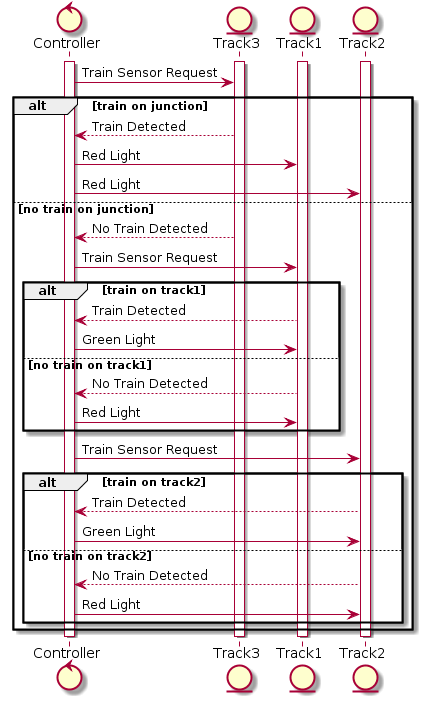
Before: use case3/sequenceDiagramUseCase3.png, a diagram exported from PlantUML (desmetr/MoSIS).
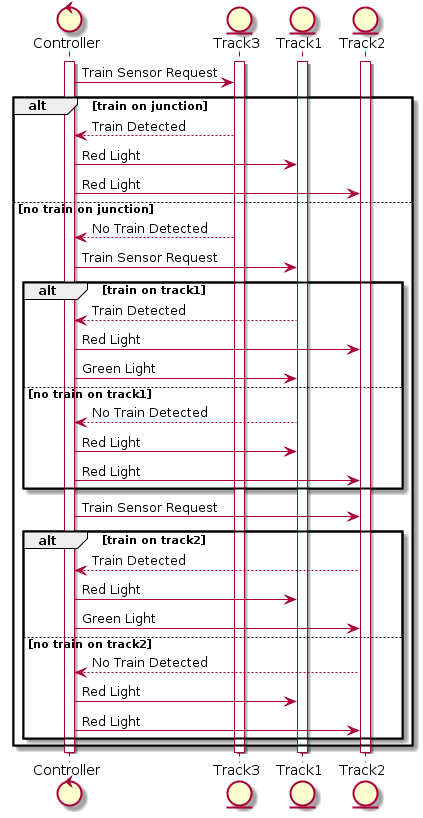
The same file after the commit.

Commit message:
use case 3 ok, more reporting

Change to the diagram source:
```diff
@@ -21,23 +21,26 @@
 
 alt train on track1
 Controller<--Track1: Train Detected
+Controller->Track2: Red Light
 Controller->Track1: Green Light
 else no train on track1
 Controller<--Track1: No Train Detected
 Controller->Track1: Red Light
+Controller->Track2: Red Light
 end
 
 Controller->Track2: Train Sensor Request
 alt train on track2
 Controller<--Track2: Train Detected
+Controller->Track1: Red Light
 Controller->Track2: Green Light
 else no train on track2
 Controller<--Track2: No Train Detected
+Controller->Track1: Red Light
 Controller->Track2: Red Light
 end
 
 end
-
 deactivate Controller
 deactivate Track1
 deactivate Track2
```
